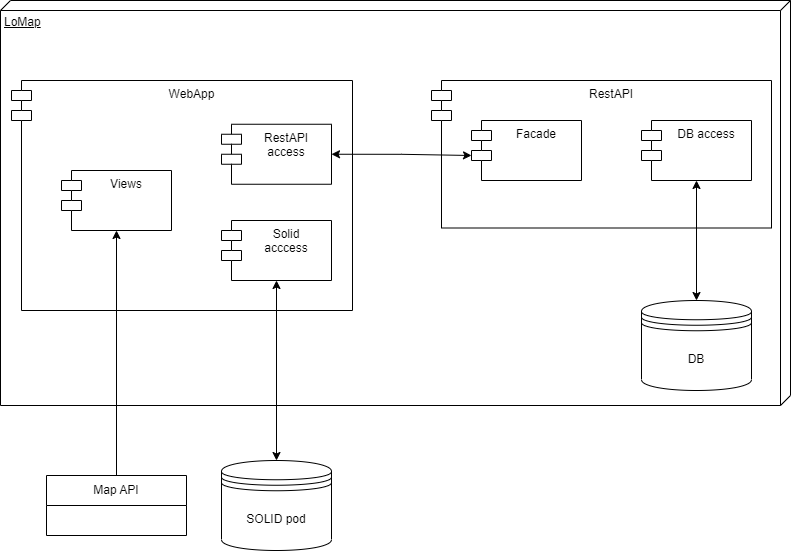
Arquisoft/lomap_en1b keeps this draw.io diagram as docs/images/5-BuildingBlock/BuildingBlockLvl2.drawio.png. Above is the earlier version. Source tidied: cells renumbered, new cells last; positions are measured from the earlier drawing's top-left corner, leaving out a move shared by most shapes. The source it was exported from:
```xml
<mxGraphModel>
  <root>
    <mxCell id="0" />
    <mxCell id="1" parent="0" />
    <mxCell id="2" value="LoMap" style="verticalAlign=top;align=left;spacingTop=8;spacingLeft=2;spacingRight=12;shape=cube;size=10;direction=south;fontStyle=4;html=1;" parent="1" vertex="1">
      <mxGeometry width="790" height="405" as="geometry" />
    </mxCell>
    <mxCell id="3" value="WebApp" style="shape=module;align=left;spacingLeft=20;align=center;verticalAlign=top;" parent="1" vertex="1">
      <mxGeometry x="11" y="80" width="341" height="230" as="geometry" />
    </mxCell>
    <mxCell id="4" value="RestAPI" style="shape=module;align=left;spacingLeft=20;align=center;verticalAlign=top;" parent="1" vertex="1">
      <mxGeometry x="431" y="80" width="340" height="147.5" as="geometry" />
    </mxCell>
    <mxCell id="5" value="DB" style="shape=datastore;whiteSpace=wrap;html=1;" parent="1" vertex="1">
      <mxGeometry x="641" y="300" width="110" height="90" as="geometry" />
    </mxCell>
    <mxCell id="6" value="SOLID pod" style="shape=datastore;whiteSpace=wrap;html=1;" parent="1" vertex="1">
      <mxGeometry x="221" y="460" width="110" height="90" as="geometry" />
    </mxCell>
    <mxCell id="7" style="edgeStyle=orthogonalEdgeStyle;rounded=0;jettySize=auto;html=1;exitX=0.5;exitY=0;exitDx=0;exitDy=0;entryX=0.5;entryY=1;entryDx=0;entryDy=0;startArrow=none;startFill=0;endArrow=classic;endFill=1;" parent="1" edge="1" source="8" target="16">
      <mxGeometry relative="1" as="geometry" />
    </mxCell>
    <mxCell id="8" value="Map API" style="swimlane;fontStyle=0;horizontal=1;startSize=30;whiteSpace=wrap;html=1;" parent="1" vertex="1">
      <mxGeometry x="46" y="475" width="140" height="60" as="geometry" />
    </mxCell>
    <mxCell id="9" value="Facade" style="shape=module;align=left;spacingLeft=20;align=center;verticalAlign=top;" parent="1" vertex="1">
      <mxGeometry x="471" y="120" width="110" height="60" as="geometry" />
    </mxCell>
    <mxCell id="10" style="edgeStyle=orthogonalEdgeStyle;rounded=0;jettySize=auto;html=1;exitX=0.5;exitY=1;exitDx=0;exitDy=0;entryX=0.5;entryY=0;entryDx=0;entryDy=0;startArrow=classic;startFill=1;" parent="1" edge="1" source="11" target="5">
      <mxGeometry relative="1" as="geometry" />
    </mxCell>
    <mxCell id="11" value="DB access" style="shape=module;align=left;spacingLeft=20;align=center;verticalAlign=top;" parent="1" vertex="1">
      <mxGeometry x="641" y="120" width="110" height="60" as="geometry" />
    </mxCell>
    <mxCell id="12" style="edgeStyle=orthogonalEdgeStyle;rounded=0;jettySize=auto;html=1;exitX=1;exitY=0.5;exitDx=0;exitDy=0;entryX=0;entryY=0;entryDx=0;entryDy=35;entryPerimeter=0;startArrow=classic;startFill=1;" parent="1" edge="1" source="13" target="9">
      <mxGeometry relative="1" as="geometry">
        <Array as="points">
          <mxPoint x="401" y="154" />
          <mxPoint x="471" y="154" />
        </Array>
      </mxGeometry>
    </mxCell>
    <mxCell id="13" value="RestAPI&#10;access" style="shape=module;align=left;spacingLeft=20;align=center;verticalAlign=top;" parent="1" vertex="1">
      <mxGeometry x="221" y="123.8" width="110" height="60" as="geometry" />
    </mxCell>
    <mxCell id="14" style="edgeStyle=orthogonalEdgeStyle;rounded=0;jettySize=auto;html=1;exitX=0.5;exitY=1;exitDx=0;exitDy=0;entryX=0.5;entryY=0;entryDx=0;entryDy=0;startArrow=classic;startFill=1;" parent="1" edge="1" source="15" target="6">
      <mxGeometry relative="1" as="geometry" />
    </mxCell>
    <mxCell id="15" value="Solid&#10;acccess" style="shape=module;align=left;spacingLeft=20;align=center;verticalAlign=top;" parent="1" vertex="1">
      <mxGeometry x="221" y="220" width="110" height="60" as="geometry" />
    </mxCell>
    <mxCell id="16" value="Views" style="shape=module;align=left;spacingLeft=20;align=center;verticalAlign=top;" parent="1" vertex="1">
      <mxGeometry x="61" y="170" width="110" height="60" as="geometry" />
    </mxCell>
  </root>
</mxGraphModel>
```
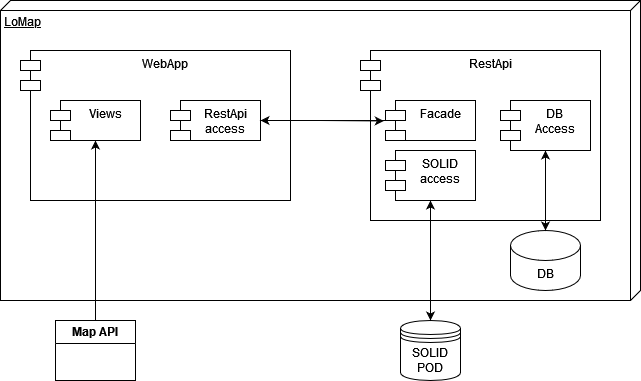
Later version of the same file.

Commit message:
Updated part 4 and 5 of documentation and added new imagenes for the corresponding diagrams

What changed in the source:
```diff
@@ -1,56 +1,75 @@
 <mxGraphModel>
   <root>
-    <mxCell id="0" />
-    <mxCell id="1" parent="0" />
+    <mxCell id="17" />
+    <mxCell id="18" parent="17" />
-    <mxCell id="2" value="LoMap" style="verticalAlign=top;align=left;spacingTop=8;spacingLeft=2;spacingRight=12;shape=cube;size=10;direction=south;fontStyle=4;html=1;" parent="1" vertex="1">
-      <mxGeometry width="790" height="405" as="geometry" />
+    <mxCell id="2" value="LoMap" style="verticalAlign=top;align=left;spacingTop=8;spacingLeft=2;spacingRight=12;shape=cube;size=10;direction=south;fontStyle=4;html=1;whiteSpace=wrap;" parent="18" vertex="1">
+      <mxGeometry x="41" y="-100" width="640" height="300" as="geometry" />
     </mxCell>
-    <mxCell id="3" value="WebApp" style="shape=module;align=left;spacingLeft=20;align=center;verticalAlign=top;" parent="1" vertex="1">
-      <mxGeometry x="11" y="80" width="341" height="230" as="geometry" />
+    <mxCell id="3" value="WebApp" style="shape=module;align=left;spacingLeft=20;align=center;verticalAlign=top;whiteSpace=wrap;html=1;" parent="18" vertex="1">
+      <mxGeometry x="61" y="-50" width="270" height="150" as="geometry" />
     </mxCell>
-    <mxCell id="4" value="RestAPI" style="shape=module;align=left;spacingLeft=20;align=center;verticalAlign=top;" parent="1" vertex="1">
-      <mxGeometry x="431" y="80" width="340" height="147.5" as="geometry" />
-    </mxCell>
+    <mxCell id="19" value="RestApi" style="shape=module;align=left;spacingLeft=20;align=center;verticalAlign=top;whiteSpace=wrap;html=1;" parent="18" vertex="1">
+      <mxGeometry x="401" y="-50" width="240" height="170" as="geometry" />
+    </mxCell>
+    <mxCell id="20" style="edgeStyle=orthogonalEdgeStyle;rounded=0;jettySize=auto;html=1;" parent="18" edge="1" source="21" target="29">
+      <mxGeometry relative="1" as="geometry" />
+    </mxCell>
+    <mxCell id="21" value="SOLID POD" style="shape=datastore;whiteSpace=wrap;html=1;" parent="18" vertex="1">
+      <mxGeometry x="441" y="220" width="60" height="60" as="geometry" />
+    </mxCell>
+    <mxCell id="22" style="edgeStyle=orthogonalEdgeStyle;rounded=0;jettySize=auto;html=1;entryX=0.5;entryY=1;entryDx=0;entryDy=0;exitX=0.5;exitY=0;exitDx=0;exitDy=0;exitPerimeter=0;" parent="18" edge="1" source="5" target="27">
+      <mxGeometry relative="1" as="geometry">
+        <Array as="points">
+          <mxPoint x="586" y="100" />
+          <mxPoint x="586" y="100" />
+        </Array>
+      </mxGeometry>
+    </mxCell>
-    <mxCell id="5" value="DB" style="shape=datastore;whiteSpace=wrap;html=1;" parent="1" vertex="1">
-      <mxGeometry x="641" y="300" width="110" height="90" as="geometry" />
+    <mxCell id="5" value="DB" style="shape=cylinder3;whiteSpace=wrap;html=1;boundedLbl=1;backgroundOutline=1;size=15;" parent="18" vertex="1">
+      <mxGeometry x="551" y="130" width="70" height="60" as="geometry" />
     </mxCell>
-    <mxCell id="6" value="SOLID pod" style="shape=datastore;whiteSpace=wrap;html=1;" parent="1" vertex="1">
-      <mxGeometry x="221" y="460" width="110" height="90" as="geometry" />
-    </mxCell>
-    <mxCell id="7" style="edgeStyle=orthogonalEdgeStyle;rounded=0;jettySize=auto;html=1;exitX=0.5;exitY=0;exitDx=0;exitDy=0;entryX=0.5;entryY=1;entryDx=0;entryDy=0;startArrow=none;startFill=0;endArrow=classic;endFill=1;" parent="1" edge="1" source="8" target="16">
+    <mxCell id="7" style="edgeStyle=orthogonalEdgeStyle;rounded=0;jettySize=auto;html=1;" parent="18" edge="1" source="8" target="16">
       <mxGeometry relative="1" as="geometry" />
     </mxCell>
-    <mxCell id="8" value="Map API" style="swimlane;fontStyle=0;horizontal=1;startSize=30;whiteSpace=wrap;html=1;" parent="1" vertex="1">
-      <mxGeometry x="46" y="475" width="140" height="60" as="geometry" />
+    <mxCell id="8" value="Map API" style="swimlane;whiteSpace=wrap;html=1;" parent="18" vertex="1">
+      <mxGeometry x="96" y="220" width="80" height="60" as="geometry" />
     </mxCell>
+    <mxCell id="16" value="Views" style="shape=module;align=left;spacingLeft=20;align=center;verticalAlign=top;whiteSpace=wrap;html=1;" parent="18" vertex="1">
+      <mxGeometry x="91" width="90" height="40" as="geometry" />
+    </mxCell>
+    <mxCell id="23" style="edgeStyle=orthogonalEdgeStyle;rounded=0;jettySize=auto;html=1;entryX=-0.019;entryY=0.512;entryDx=0;entryDy=0;entryPerimeter=0;" parent="18" edge="1" source="24" target="9">
+      <mxGeometry relative="1" as="geometry">
+        <Array as="points">
+          <mxPoint x="361" y="20" />
+          <mxPoint x="361" y="20" />
+        </Array>
+      </mxGeometry>
+    </mxCell>
+    <mxCell id="24" value="&lt;div&gt;RestApi&lt;/div&gt;&lt;div&gt;access&lt;br&gt;&lt;/div&gt;" style="shape=module;align=left;spacingLeft=20;align=center;verticalAlign=top;whiteSpace=wrap;html=1;" parent="18" vertex="1">
+      <mxGeometry x="211" width="90" height="40" as="geometry" />
+    </mxCell>
+    <mxCell id="25" style="edgeStyle=orthogonalEdgeStyle;rounded=0;jettySize=auto;html=1;entryX=1;entryY=0.5;entryDx=0;entryDy=0;" parent="18" edge="1" source="9" target="24">
+      <mxGeometry relative="1" as="geometry">
+        <Array as="points">
+          <mxPoint x="361" y="20" />
+          <mxPoint x="361" y="20" />
+        </Array>
+      </mxGeometry>
+    </mxCell>
-    <mxCell id="9" value="Facade" style="shape=module;align=left;spacingLeft=20;align=center;verticalAlign=top;" parent="1" vertex="1">
-      <mxGeometry x="471" y="120" width="110" height="60" as="geometry" />
+    <mxCell id="9" value="Facade" style="shape=module;align=left;spacingLeft=20;align=center;verticalAlign=top;whiteSpace=wrap;html=1;" parent="18" vertex="1">
+      <mxGeometry x="426" width="90" height="40" as="geometry" />
     </mxCell>
-    <mxCell id="10" style="edgeStyle=orthogonalEdgeStyle;rounded=0;jettySize=auto;html=1;exitX=0.5;exitY=1;exitDx=0;exitDy=0;entryX=0.5;entryY=0;entryDx=0;entryDy=0;startArrow=classic;startFill=1;" parent="1" edge="1" source="11" target="5">
-      <mxGeometry relative="1" as="geometry" />
-    </mxCell>
-    <mxCell id="11" value="DB access" style="shape=module;align=left;spacingLeft=20;align=center;verticalAlign=top;" parent="1" vertex="1">
-      <mxGeometry x="641" y="120" width="110" height="60" as="geometry" />
-    </mxCell>
-    <mxCell id="12" style="edgeStyle=orthogonalEdgeStyle;rounded=0;jettySize=auto;html=1;exitX=1;exitY=0.5;exitDx=0;exitDy=0;entryX=0;entryY=0;entryDx=0;entryDy=35;entryPerimeter=0;startArrow=classic;startFill=1;" parent="1" edge="1" source="13" target="9">
-      <mxGeometry relative="1" as="geometry">
-        <Array as="points">
-          <mxPoint x="401" y="154" />
-          <mxPoint x="471" y="154" />
-        </Array>
-      </mxGeometry>
-    </mxCell>
-    <mxCell id="13" value="RestAPI&#10;access" style="shape=module;align=left;spacingLeft=20;align=center;verticalAlign=top;" parent="1" vertex="1">
-      <mxGeometry x="221" y="123.8" width="110" height="60" as="geometry" />
-    </mxCell>
-    <mxCell id="14" style="edgeStyle=orthogonalEdgeStyle;rounded=0;jettySize=auto;html=1;exitX=0.5;exitY=1;exitDx=0;exitDy=0;entryX=0.5;entryY=0;entryDx=0;entryDy=0;startArrow=classic;startFill=1;" parent="1" edge="1" source="15" target="6">
-      <mxGeometry relative="1" as="geometry" />
-    </mxCell>
-    <mxCell id="15" value="Solid&#10;acccess" style="shape=module;align=left;spacingLeft=20;align=center;verticalAlign=top;" parent="1" vertex="1">
-      <mxGeometry x="221" y="220" width="110" height="60" as="geometry" />
-    </mxCell>
-    <mxCell id="16" value="Views" style="shape=module;align=left;spacingLeft=20;align=center;verticalAlign=top;" parent="1" vertex="1">
-      <mxGeometry x="61" y="170" width="110" height="60" as="geometry" />
-    </mxCell>
+    <mxCell id="26" style="edgeStyle=orthogonalEdgeStyle;rounded=0;jettySize=auto;html=1;" parent="18" edge="1" source="27" target="5">
+      <mxGeometry relative="1" as="geometry" />
+    </mxCell>
+    <mxCell id="27" value="&lt;div&gt;DB&lt;/div&gt;&lt;div&gt;Access&lt;br&gt;&lt;/div&gt;" style="shape=module;align=left;spacingLeft=20;align=center;verticalAlign=top;whiteSpace=wrap;html=1;" parent="18" vertex="1">
+      <mxGeometry x="541" width="90" height="50" as="geometry" />
+    </mxCell>
+    <mxCell id="28" style="edgeStyle=orthogonalEdgeStyle;rounded=0;jettySize=auto;html=1;" parent="18" edge="1" source="29" target="21">
+      <mxGeometry relative="1" as="geometry" />
+    </mxCell>
+    <mxCell id="29" value="&lt;div&gt;SOLID &lt;br&gt;&lt;/div&gt;&lt;div&gt;access&lt;/div&gt;" style="shape=module;align=left;spacingLeft=20;align=center;verticalAlign=top;whiteSpace=wrap;html=1;" parent="18" vertex="1">
+      <mxGeometry x="426" y="50" width="90" height="50" as="geometry" />
+    </mxCell>
   </root>
 </mxGraphModel>
```
